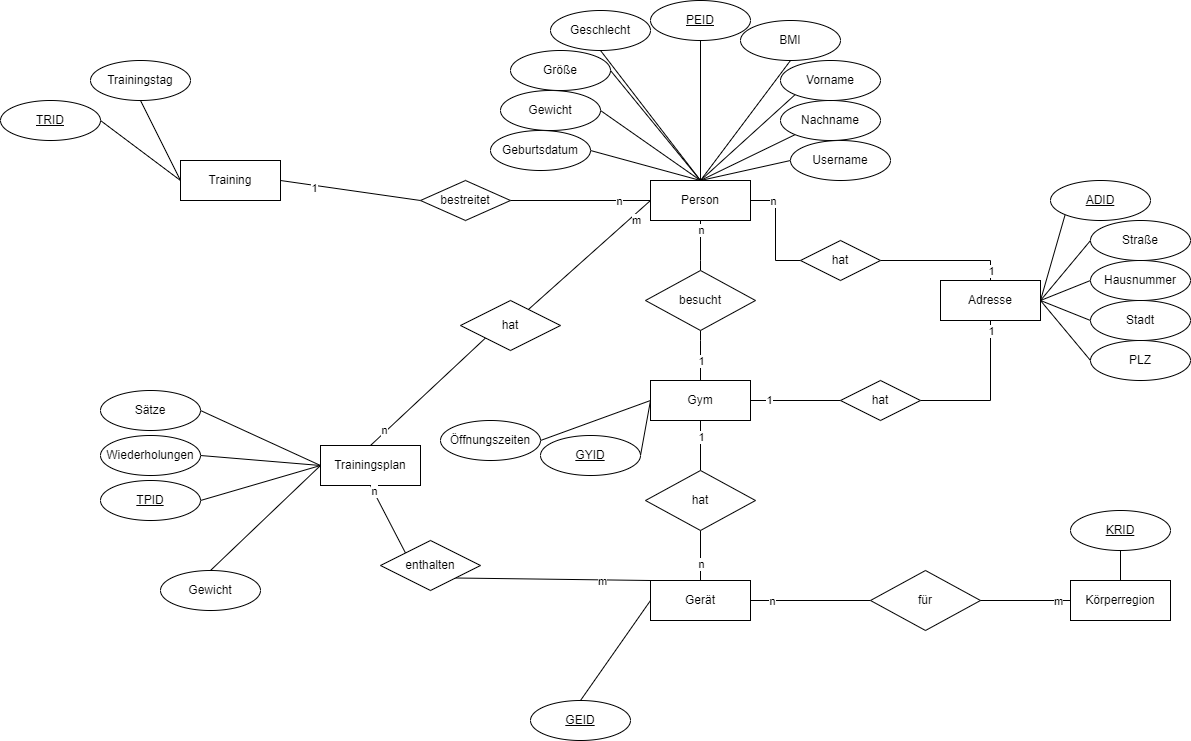
Before: Diagramme/ERDiagramm_InfinityApp.png, a diagram exported from draw.io (jonnef/InfinityApp). Source tidied: cells renumbered, new cells last; positions are measured from the earlier drawing's top-left corner, leaving out a move shared by most shapes.
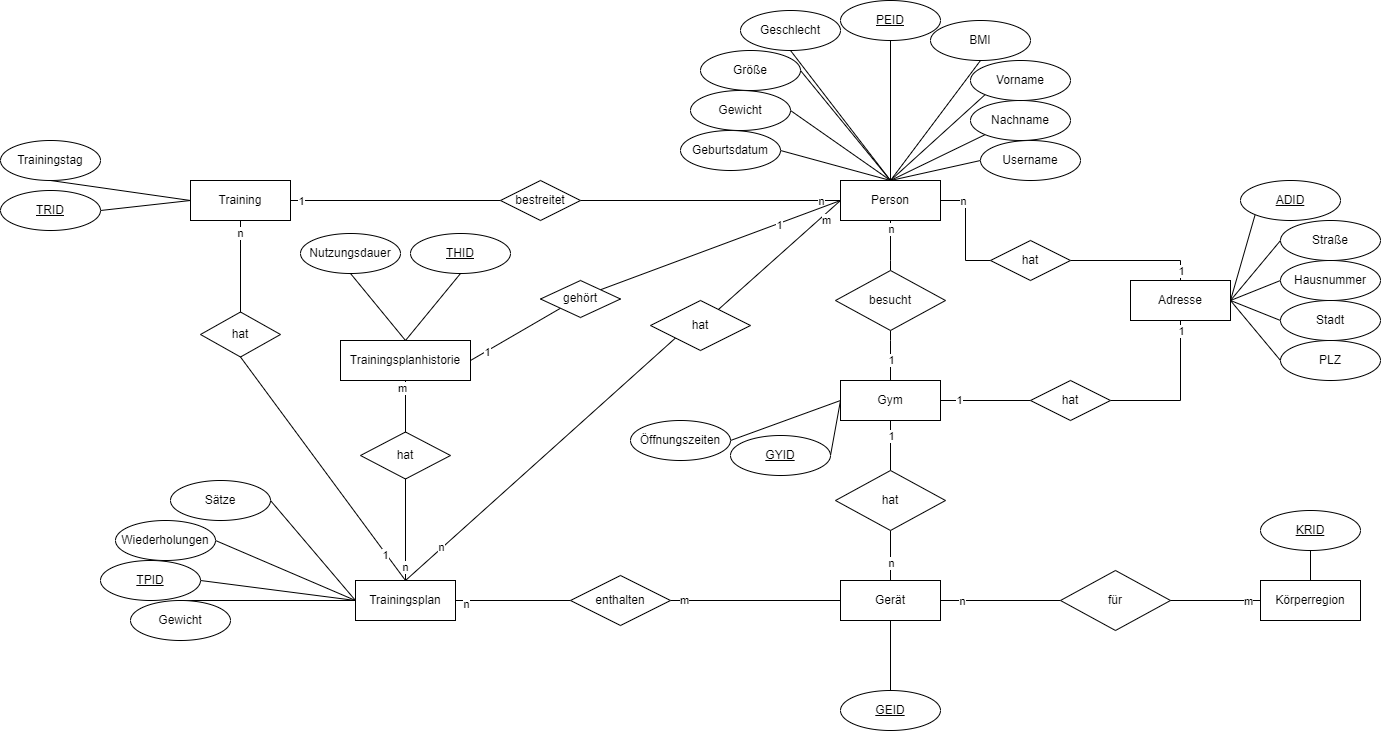
Above is the later version.

Change to the diagram source:
```diff
@@ -20,7 +20,7 @@
     </mxCell>
     <mxCell id="5" value="n" style="edgeLabel;html=1;align=center;verticalAlign=middle;" parent="4" vertex="1">
       <mxGeometry x="-0.51" y="4" relative="1" as="geometry">
-        <mxPoint x="2" y="-4" as="offset" />
+        <mxPoint x="44" y="-4" as="offset" />
       </mxGeometry>
     </mxCell>
     <mxCell id="6" style="edgeStyle=none;rounded=0;jettySize=auto;html=1;exitX=0;exitY=0.5;exitDx=0;exitDy=0;endArrow=none;endFill=0;" parent="1" edge="1" source="8" target="96">
@@ -252,11 +252,11 @@
     <mxCell id="65" value="ADID" style="ellipse;whiteSpace=wrap;html=1;align=center;fontStyle=4;" parent="1" vertex="1">
       <mxGeometry x="1050" y="180" width="100" height="40" as="geometry" />
     </mxCell>
-    <mxCell id="66" style="edgeStyle=none;rounded=0;jettySize=auto;html=1;exitX=0.5;exitY=0;exitDx=0;exitDy=0;entryX=0;entryY=0.5;entryDx=0;entryDy=0;endArrow=none;endFill=0;" parent="1" edge="1" source="67" target="14">
+    <mxCell id="66" style="edgeStyle=none;rounded=0;jettySize=auto;html=1;exitX=0.5;exitY=0;exitDx=0;exitDy=0;entryX=0.5;entryY=1;entryDx=0;entryDy=0;endArrow=none;endFill=0;" parent="1" edge="1" source="67" target="14">
       <mxGeometry relative="1" as="geometry" />
     </mxCell>
     <mxCell id="67" value="GEID" style="ellipse;whiteSpace=wrap;html=1;align=center;fontStyle=4;" parent="1" vertex="1">
-      <mxGeometry x="530" y="700" width="100" height="40" as="geometry" />
+      <mxGeometry x="650" y="690" width="100" height="40" as="geometry" />
     </mxCell>
     <mxCell id="68" style="edgeStyle=none;rounded=0;jettySize=auto;html=1;exitX=0.5;exitY=1;exitDx=0;exitDy=0;endArrow=none;endFill=0;" parent="1" edge="1" source="69" target="16">
       <mxGeometry relative="1" as="geometry" />
@@ -270,79 +270,79 @@
     <mxCell id="71" value="GYID" style="ellipse;whiteSpace=wrap;html=1;align=center;fontStyle=4;" parent="1" vertex="1">
       <mxGeometry x="540" y="435" width="100" height="40" as="geometry" />
     </mxCell>
+    <mxCell id="97" style="edgeStyle=none;rounded=0;jettySize=auto;html=1;exitX=1;exitY=0.5;exitDx=0;exitDy=0;entryX=0;entryY=0.5;entryDx=0;entryDy=0;endArrow=none;endFill=0;" parent="1" edge="1" source="72" target="77">
+      <mxGeometry relative="1" as="geometry" />
+    </mxCell>
+    <mxCell id="98" value="n" style="edgeLabel;html=1;align=center;verticalAlign=middle;" parent="97" vertex="1">
+      <mxGeometry x="-0.82" y="-3" relative="1" as="geometry" />
+    </mxCell>
+    <mxCell id="99" style="edgeStyle=none;rounded=0;jettySize=auto;html=1;exitX=0.5;exitY=0;exitDx=0;exitDy=0;entryX=0.5;entryY=1;entryDx=0;entryDy=0;endArrow=none;endFill=0;" parent="1" edge="1" source="72" target="119">
+      <mxGeometry relative="1" as="geometry" />
+    </mxCell>
+    <mxCell id="100" value="n" style="edgeLabel;html=1;align=center;verticalAlign=middle;" parent="99" vertex="1">
+      <mxGeometry x="-0.73" y="1" relative="1" as="geometry" />
+    </mxCell>
     <mxCell id="72" value="Trainingsplan" style="whiteSpace=wrap;html=1;align=center;" parent="1" vertex="1">
-      <mxGeometry x="320" y="445" width="100" height="40" as="geometry" />
+      <mxGeometry x="165" y="580" width="100" height="40" as="geometry" />
     </mxCell>
-    <mxCell id="73" style="edgeStyle=none;rounded=0;jettySize=auto;html=1;exitX=1;exitY=1;exitDx=0;exitDy=0;entryX=0;entryY=0;entryDx=0;entryDy=0;endArrow=none;endFill=0;" parent="1" edge="1" source="77" target="14">
+    <mxCell id="73" style="edgeStyle=none;rounded=0;jettySize=auto;html=1;exitX=1;exitY=0.5;exitDx=0;exitDy=0;entryX=0;entryY=0.5;entryDx=0;entryDy=0;endArrow=none;endFill=0;" parent="1" edge="1" source="77" target="14">
       <mxGeometry relative="1" as="geometry" />
     </mxCell>
-    <mxCell id="74" value="m" style="edgeLabel;html=1;align=center;verticalAlign=middle;" parent="73" vertex="1">
-      <mxGeometry x="0.51" y="-1" relative="1" as="geometry" />
-    </mxCell>
-    <mxCell id="75" style="edgeStyle=none;rounded=0;jettySize=auto;html=1;exitX=0;exitY=0;exitDx=0;exitDy=0;entryX=0.5;entryY=1;entryDx=0;entryDy=0;endArrow=none;endFill=0;" parent="1" edge="1" source="77" target="72">
-      <mxGeometry relative="1" as="geometry" />
-    </mxCell>
-    <mxCell id="76" value="n" style="edgeLabel;html=1;align=center;verticalAlign=middle;" parent="75" vertex="1">
-      <mxGeometry x="0.82" relative="1" as="geometry">
-        <mxPoint y="-1" as="offset" />
-      </mxGeometry>
-    </mxCell>
+    <mxCell id="101" value="m" style="edgeLabel;html=1;align=center;verticalAlign=middle;" parent="73" vertex="1">
+      <mxGeometry x="-0.83" y="1" relative="1" as="geometry" />
+    </mxCell>
     <mxCell id="77" value="enthalten" style="shape=rhombus;perimeter=rhombusPerimeter;whiteSpace=wrap;html=1;align=center;" parent="1" vertex="1">
-      <mxGeometry x="380" y="540" width="100" height="50" as="geometry" />
+      <mxGeometry x="380" y="575" width="100" height="50" as="geometry" />
     </mxCell>
     <mxCell id="78" style="edgeStyle=none;rounded=0;jettySize=auto;html=1;exitX=1;exitY=0.5;exitDx=0;exitDy=0;entryX=0;entryY=0.5;entryDx=0;entryDy=0;endArrow=none;endFill=0;" parent="1" edge="1" source="79" target="72">
       <mxGeometry relative="1" as="geometry" />
     </mxCell>
     <mxCell id="79" value="Sätze" style="ellipse;whiteSpace=wrap;html=1;align=center;" parent="1" vertex="1">
-      <mxGeometry x="100" y="390" width="100" height="40" as="geometry" />
+      <mxGeometry x="-20" y="480" width="100" height="40" as="geometry" />
     </mxCell>
-    <mxCell id="80" style="edgeStyle=none;rounded=0;jettySize=auto;html=1;exitX=1;exitY=0.5;exitDx=0;exitDy=0;endArrow=none;endFill=0;" parent="1" edge="1" source="81">
-      <mxGeometry relative="1" as="geometry">
-        <mxPoint x="320" y="465" as="targetPoint" />
-      </mxGeometry>
+    <mxCell id="80" style="edgeStyle=none;rounded=0;jettySize=auto;html=1;exitX=1;exitY=0.5;exitDx=0;exitDy=0;endArrow=none;endFill=0;entryX=0;entryY=0.5;entryDx=0;entryDy=0;" parent="1" edge="1" source="81" target="72">
+      <mxGeometry relative="1" as="geometry" />
     </mxCell>
     <mxCell id="81" value="Wiederholungen" style="ellipse;whiteSpace=wrap;html=1;align=center;" parent="1" vertex="1">
-      <mxGeometry x="100" y="435" width="100" height="40" as="geometry" />
+      <mxGeometry x="-75" y="520" width="100" height="40" as="geometry" />
     </mxCell>
-    <mxCell id="82" style="edgeStyle=none;rounded=0;jettySize=auto;html=1;exitX=1;exitY=0.5;exitDx=0;exitDy=0;endArrow=none;endFill=0;" parent="1" edge="1" source="83">
-      <mxGeometry relative="1" as="geometry">
-        <mxPoint x="320" y="465" as="targetPoint" />
-      </mxGeometry>
+    <mxCell id="82" style="edgeStyle=none;rounded=0;jettySize=auto;html=1;exitX=1;exitY=0.5;exitDx=0;exitDy=0;endArrow=none;endFill=0;entryX=0;entryY=0.5;entryDx=0;entryDy=0;" parent="1" edge="1" source="83" target="72">
+      <mxGeometry relative="1" as="geometry" />
     </mxCell>
     <mxCell id="83" value="TPID" style="ellipse;whiteSpace=wrap;html=1;align=center;fontStyle=4;" parent="1" vertex="1">
-      <mxGeometry x="100" y="480" width="100" height="40" as="geometry" />
+      <mxGeometry x="-90" y="560" width="100" height="40" as="geometry" />
     </mxCell>
     <mxCell id="84" value="Training" style="whiteSpace=wrap;html=1;align=center;" parent="1" vertex="1">
-      <mxGeometry x="180" y="160" width="100" height="40" as="geometry" />
+      <mxGeometry y="180" width="100" height="40" as="geometry" />
     </mxCell>
     <mxCell id="85" style="edgeStyle=none;rounded=0;jettySize=auto;html=1;exitX=0;exitY=0.5;exitDx=0;exitDy=0;entryX=1;entryY=0.5;entryDx=0;entryDy=0;endArrow=none;endFill=0;" parent="1" edge="1" source="87" target="84">
       <mxGeometry relative="1" as="geometry" />
     </mxCell>
     <mxCell id="86" value="1" style="edgeLabel;html=1;align=center;verticalAlign=middle;" parent="85" vertex="1">
-      <mxGeometry x="0.51" y="3" relative="1" as="geometry" />
+      <mxGeometry x="0.51" y="3" relative="1" as="geometry">
+        <mxPoint x="-41" y="-3" as="offset" />
+      </mxGeometry>
     </mxCell>
     <mxCell id="87" value="bestreitet" style="shape=rhombus;perimeter=rhombusPerimeter;whiteSpace=wrap;html=1;align=center;" parent="1" vertex="1">
-      <mxGeometry x="420" y="180" width="90" height="40" as="geometry" />
+      <mxGeometry x="310" y="180" width="80" height="40" as="geometry" />
     </mxCell>
     <mxCell id="88" style="edgeStyle=none;html=1;exitX=1;exitY=0.5;exitDx=0;exitDy=0;entryX=0;entryY=0.5;entryDx=0;entryDy=0;endArrow=none;endFill=0;" parent="1" edge="1" source="89" target="84">
       <mxGeometry relative="1" as="geometry" />
     </mxCell>
     <mxCell id="89" value="TRID" style="ellipse;whiteSpace=wrap;html=1;align=center;fontStyle=4;" parent="1" vertex="1">
-      <mxGeometry y="100" width="100" height="40" as="geometry" />
+      <mxGeometry x="-190" y="190" width="100" height="40" as="geometry" />
     </mxCell>
     <mxCell id="90" style="edgeStyle=none;html=1;exitX=0.5;exitY=0;exitDx=0;exitDy=0;entryX=0;entryY=0.5;entryDx=0;entryDy=0;endArrow=none;endFill=0;" parent="1" edge="1" source="91" target="72">
       <mxGeometry relative="1" as="geometry" />
     </mxCell>
     <mxCell id="91" value="Gewicht" style="ellipse;whiteSpace=wrap;html=1;align=center;" parent="1" vertex="1">
-      <mxGeometry x="160" y="570" width="100" height="40" as="geometry" />
+      <mxGeometry x="-60" y="600" width="100" height="40" as="geometry" />
     </mxCell>
-    <mxCell id="92" style="edgeStyle=none;rounded=0;jettySize=auto;html=1;exitX=0.5;exitY=1;exitDx=0;exitDy=0;endArrow=none;endFill=0;" parent="1" edge="1" source="93">
-      <mxGeometry relative="1" as="geometry">
-        <mxPoint x="180" y="180" as="targetPoint" />
-      </mxGeometry>
+    <mxCell id="92" style="edgeStyle=none;rounded=0;jettySize=auto;html=1;exitX=0.5;exitY=1;exitDx=0;exitDy=0;endArrow=none;endFill=0;entryX=0;entryY=0.5;entryDx=0;entryDy=0;" parent="1" edge="1" source="93" target="84">
+      <mxGeometry relative="1" as="geometry" />
     </mxCell>
     <mxCell id="93" value="Trainingstag" style="ellipse;whiteSpace=wrap;html=1;align=center;" parent="1" vertex="1">
-      <mxGeometry x="90" y="60" width="100" height="40" as="geometry" />
+      <mxGeometry x="-190" y="140" width="100" height="40" as="geometry" />
     </mxCell>
     <mxCell id="94" style="edgeStyle=none;rounded=0;jettySize=auto;html=1;exitX=0;exitY=1;exitDx=0;exitDy=0;entryX=0.5;entryY=0;entryDx=0;entryDy=0;endArrow=none;endFill=0;" parent="1" edge="1" source="96" target="72">
       <mxGeometry relative="1" as="geometry" />
@@ -355,5 +355,61 @@
     <mxCell id="96" value="hat" style="shape=rhombus;perimeter=rhombusPerimeter;whiteSpace=wrap;html=1;align=center;" parent="1" vertex="1">
       <mxGeometry x="460" y="300" width="100" height="50" as="geometry" />
     </mxCell>
+    <mxCell id="102" style="edgeStyle=none;rounded=0;jettySize=auto;html=1;exitX=1;exitY=0.5;exitDx=0;exitDy=0;entryX=0;entryY=1;entryDx=0;entryDy=0;endArrow=none;endFill=0;" parent="1" edge="1" source="104" target="116">
+      <mxGeometry relative="1" as="geometry" />
+    </mxCell>
+    <mxCell id="103" value="1" style="edgeLabel;html=1;align=center;verticalAlign=middle;" parent="102" vertex="1">
+      <mxGeometry x="-0.64" y="-1" relative="1" as="geometry" />
+    </mxCell>
+    <mxCell id="104" value="Trainingsplanhistorie" style="whiteSpace=wrap;html=1;align=center;" parent="1" vertex="1">
+      <mxGeometry x="150" y="340" width="130" height="40" as="geometry" />
+    </mxCell>
+    <mxCell id="105" style="rounded=0;jettySize=auto;html=1;exitX=0.5;exitY=1;exitDx=0;exitDy=0;entryX=0.5;entryY=0;entryDx=0;entryDy=0;endArrow=none;endFill=0;" parent="1" edge="1" source="106" target="104">
+      <mxGeometry relative="1" as="geometry" />
+    </mxCell>
+    <mxCell id="106" value="THID" style="ellipse;whiteSpace=wrap;html=1;align=center;fontStyle=4;" parent="1" vertex="1">
+      <mxGeometry x="220" y="233" width="100" height="40" as="geometry" />
+    </mxCell>
+    <mxCell id="107" style="edgeStyle=none;rounded=0;jettySize=auto;html=1;exitX=0.5;exitY=1;exitDx=0;exitDy=0;entryX=0.5;entryY=0;entryDx=0;entryDy=0;endArrow=none;endFill=0;" parent="1" edge="1" source="108" target="104">
+      <mxGeometry relative="1" as="geometry" />
+    </mxCell>
+    <mxCell id="108" value="Nutzungsdauer" style="ellipse;whiteSpace=wrap;html=1;align=center;" parent="1" vertex="1">
+      <mxGeometry x="110" y="233" width="100" height="40" as="geometry" />
+    </mxCell>
+    <mxCell id="109" style="edgeStyle=none;rounded=0;jettySize=auto;html=1;exitX=0.5;exitY=1;exitDx=0;exitDy=0;entryX=0.5;entryY=0;entryDx=0;entryDy=0;endArrow=none;endFill=0;" parent="1" edge="1" source="113" target="72">
+      <mxGeometry relative="1" as="geometry" />
+    </mxCell>
+    <mxCell id="110" value="1" style="edgeLabel;html=1;align=center;verticalAlign=middle;" parent="109" vertex="1">
+      <mxGeometry x="0.76" y="-1" relative="1" as="geometry" />
+    </mxCell>
+    <mxCell id="111" style="edgeStyle=none;rounded=0;jettySize=auto;html=1;exitX=0.5;exitY=0;exitDx=0;exitDy=0;entryX=0.5;entryY=1;entryDx=0;entryDy=0;endArrow=none;endFill=0;" parent="1" edge="1" source="113" target="84">
+      <mxGeometry relative="1" as="geometry" />
+    </mxCell>
+    <mxCell id="112" value="n" style="edgeLabel;html=1;align=center;verticalAlign=middle;" parent="111" vertex="1">
+      <mxGeometry x="0.72" y="1" relative="1" as="geometry" />
+    </mxCell>
+    <mxCell id="113" value="hat" style="shape=rhombus;perimeter=rhombusPerimeter;whiteSpace=wrap;html=1;align=center;" parent="1" vertex="1">
+      <mxGeometry x="10" y="311.5" width="80" height="45" as="geometry" />
+    </mxCell>
+    <mxCell id="114" style="edgeStyle=none;rounded=0;jettySize=auto;html=1;exitX=1;exitY=0;exitDx=0;exitDy=0;endArrow=none;endFill=0;" parent="1" edge="1" source="116">
+      <mxGeometry relative="1" as="geometry">
+        <mxPoint x="650" y="200" as="targetPoint" />
+      </mxGeometry>
+    </mxCell>
+    <mxCell id="115" value="1" style="edgeLabel;html=1;align=center;verticalAlign=middle;" parent="114" vertex="1">
+      <mxGeometry x="0.48" y="-1" relative="1" as="geometry" />
+    </mxCell>
+    <mxCell id="116" value="gehört" style="shape=rhombus;perimeter=rhombusPerimeter;whiteSpace=wrap;html=1;align=center;" parent="1" vertex="1">
+      <mxGeometry x="350" y="280" width="80" height="37" as="geometry" />
+    </mxCell>
+    <mxCell id="117" style="edgeStyle=none;rounded=0;jettySize=auto;html=1;exitX=0.5;exitY=0;exitDx=0;exitDy=0;entryX=0.5;entryY=1;entryDx=0;entryDy=0;endArrow=none;endFill=0;" parent="1" edge="1" source="119" target="104">
+      <mxGeometry relative="1" as="geometry" />
+    </mxCell>
+    <mxCell id="118" value="m" style="edgeLabel;html=1;align=center;verticalAlign=middle;" parent="117" vertex="1">
+      <mxGeometry x="0.71" y="4" relative="1" as="geometry" />
+    </mxCell>
+    <mxCell id="119" value="hat" style="shape=rhombus;perimeter=rhombusPerimeter;whiteSpace=wrap;html=1;align=center;" parent="1" vertex="1">
+      <mxGeometry x="170" y="431.5" width="90" height="47" as="geometry" />
+    </mxCell>
   </root>
 </mxGraphModel>
```
